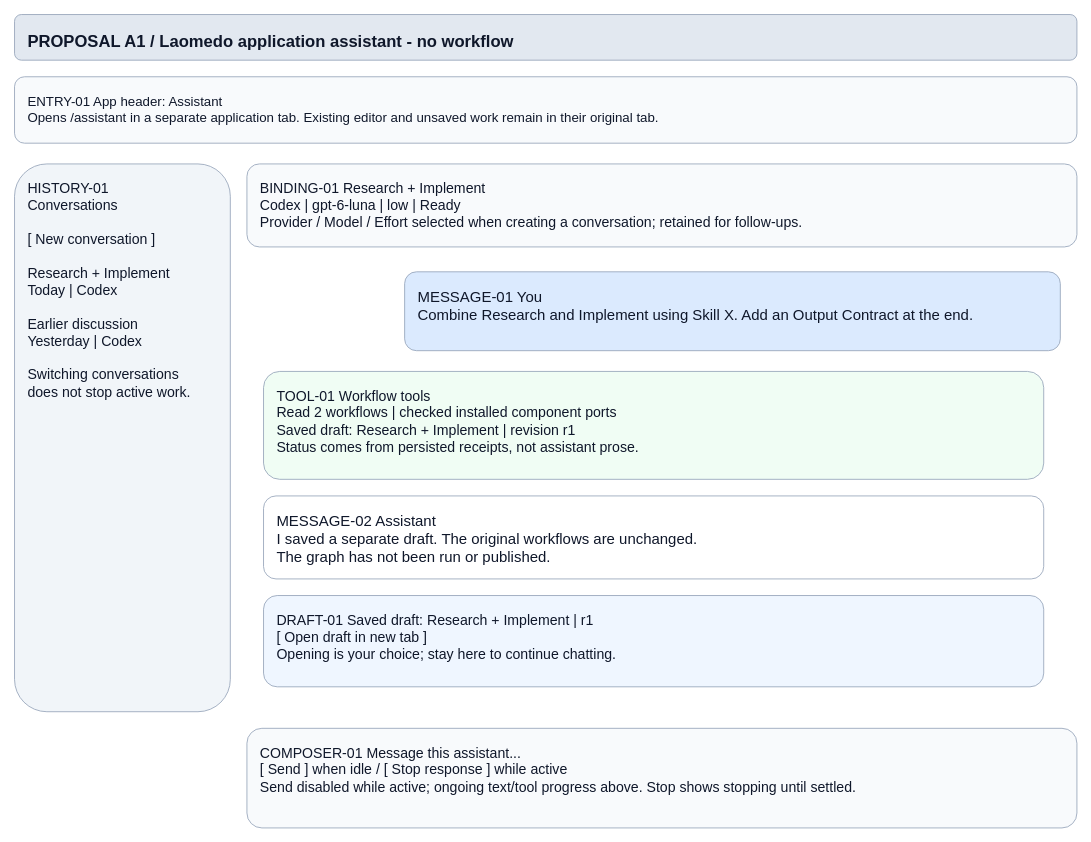
Earlier version of the draw.io diagram page "A1 - Normal persistent chat" (1 of 2) of projects/laomedo/subsystems/agent-execution/design/application-assistant.drawio (amadou-6e/specs). Source tidied: cells renumbered, new cells numbered last; positions are measured from the earlier drawing's top-left corner, leaving out a move shared by most shapes. Both pictures are drawn from the tidied source at 83%, with x=0, y=0 at pixel (14, 14).
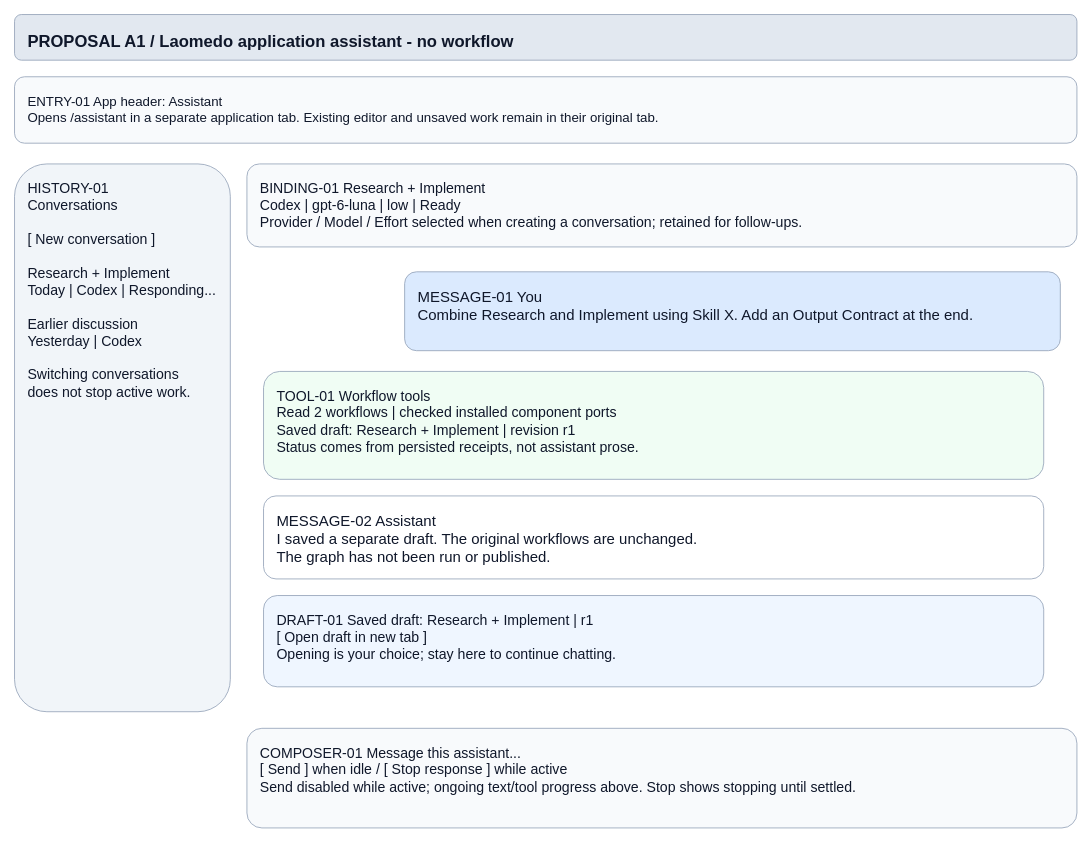
After the change.

The edit, as a diff of the source:
```diff
@@
 <mxGraphModel>
   <root>
     <mxCell id="0" />
     <mxCell id="1" parent="0" />
     <mxCell id="2" value="PROPOSAL A1 / Laomedo application assistant - no workflow" style="rounded=1;whiteSpace=wrap;html=0;fillColor=#e2e8f0;strokeColor=#94a3b8;fontColor=#0f172a;fontFamily=Arial;fontSize=20;align=left;verticalAlign=top;spacing=16;fontStyle=1;" parent="1" vertex="1">
       <mxGeometry width="1280" height="55" as="geometry" />
     </mxCell>
     <mxCell id="3" value="ENTRY-01  App header: Assistant&#10;Opens /assistant in a separate application tab. Existing editor and unsaved work remain in their original tab." style="rounded=1;whiteSpace=wrap;html=0;fillColor=#f8fafc;strokeColor=#94a3b8;fontColor=#0f172a;fontFamily=Arial;fontSize=16;align=left;verticalAlign=top;spacing=16;" parent="1" vertex="1">
       <mxGeometry y="75" width="1280" height="80" as="geometry" />
     </mxCell>
-    <mxCell id="4" value="HISTORY-01&#10;Conversations&#10;&#10;[ New conversation ]&#10;&#10;Research + Implement&#10;Today | Codex&#10;&#10;Earlier discussion&#10;Yesterday | Codex&#10;&#10;Switching conversations&#10;does not stop active work." style="rounded=1;whiteSpace=wrap;html=0;fillColor=#f1f5f9;strokeColor=#94a3b8;fontColor=#0f172a;fontFamily=Arial;fontSize=17;align=left;verticalAlign=top;spacing=16;" parent="1" vertex="1">
+    <mxCell id="4" value="HISTORY-01&#10;Conversations&#10;&#10;[ New conversation ]&#10;&#10;Research + Implement&#10;Today | Codex | Responding...&#10;&#10;Earlier discussion&#10;Yesterday | Codex&#10;&#10;Switching conversations&#10;does not stop active work." style="rounded=1;whiteSpace=wrap;html=0;fillColor=#f1f5f9;strokeColor=#94a3b8;fontColor=#0f172a;fontFamily=Arial;fontSize=17;align=left;verticalAlign=top;spacing=16;" parent="1" vertex="1">
       <mxGeometry y="180" width="260" height="660" as="geometry" />
     </mxCell>
     <mxCell id="5" value="BINDING-01  Research + Implement&#10;Codex | gpt-6-luna | low  |  Ready&#10;Provider / Model / Effort selected when creating a conversation; retained for follow-ups." style="rounded=1;whiteSpace=wrap;html=0;fillColor=#f8fafc;strokeColor=#94a3b8;fontColor=#0f172a;fontFamily=Arial;fontSize=17;align=left;verticalAlign=top;spacing=16;" parent="1" vertex="1">
       <mxGeometry x="280" y="180" width="1000" height="100" as="geometry" />
     </mxCell>
     <mxCell id="6" value="MESSAGE-01  You&#10;Combine Research and Implement using Skill X. Add an Output Contract at the end." style="rounded=1;whiteSpace=wrap;html=0;fillColor=#dbeafe;strokeColor=#94a3b8;fontColor=#0f172a;fontFamily=Arial;fontSize=18;align=left;verticalAlign=top;spacing=16;" parent="1" vertex="1">
       <mxGeometry x="470" y="310" width="790" height="95" as="geometry" />
     </mxCell>
     <mxCell id="7" value="TOOL-01  Workflow tools&#10;Read 2 workflows | checked installed component ports&#10;Saved draft: Research + Implement | revision r1&#10;Status comes from persisted receipts, not assistant prose." style="rounded=1;whiteSpace=wrap;html=0;fillColor=#f0fdf4;strokeColor=#94a3b8;fontColor=#0f172a;fontFamily=Arial;fontSize=17;align=left;verticalAlign=top;spacing=16;" parent="1" vertex="1">
       <mxGeometry x="300" y="430" width="940" height="130" as="geometry" />
     </mxCell>
     <mxCell id="8" value="MESSAGE-02  Assistant&#10;I saved a separate draft. The original workflows are unchanged.&#10;The graph has not been run or published." style="rounded=1;whiteSpace=wrap;html=0;fillColor=#ffffff;strokeColor=#94a3b8;fontColor=#0f172a;fontFamily=Arial;fontSize=18;align=left;verticalAlign=top;spacing=16;" parent="1" vertex="1">
       <mxGeometry x="300" y="580" width="940" height="100" as="geometry" />
     </mxCell>
     <mxCell id="9" value="DRAFT-01  Saved draft: Research + Implement | r1&#10;[ Open draft in new tab ]&#10;Opening is your choice; stay here to continue chatting." style="rounded=1;whiteSpace=wrap;html=0;fillColor=#eff6ff;strokeColor=#94a3b8;fontColor=#0f172a;fontFamily=Arial;fontSize=17;align=left;verticalAlign=top;spacing=16;" parent="1" vertex="1">
       <mxGeometry x="300" y="700" width="940" height="110" as="geometry" />
     </mxCell>
     <mxCell id="10" value="COMPOSER-01  Message this assistant...&#10;[ Send ] when idle   /   [ Stop response ] while active&#10;Send disabled while active; ongoing text/tool progress above. Stop shows stopping until settled." style="rounded=1;whiteSpace=wrap;html=0;fillColor=#f8fafc;strokeColor=#94a3b8;fontColor=#0f172a;fontFamily=Arial;fontSize=17;align=left;verticalAlign=top;spacing=16;" parent="1" vertex="1">
       <mxGeometry x="280" y="860" width="1000" height="120" as="geometry" />
     </mxCell>
   </root>
 </mxGraphModel>
```
